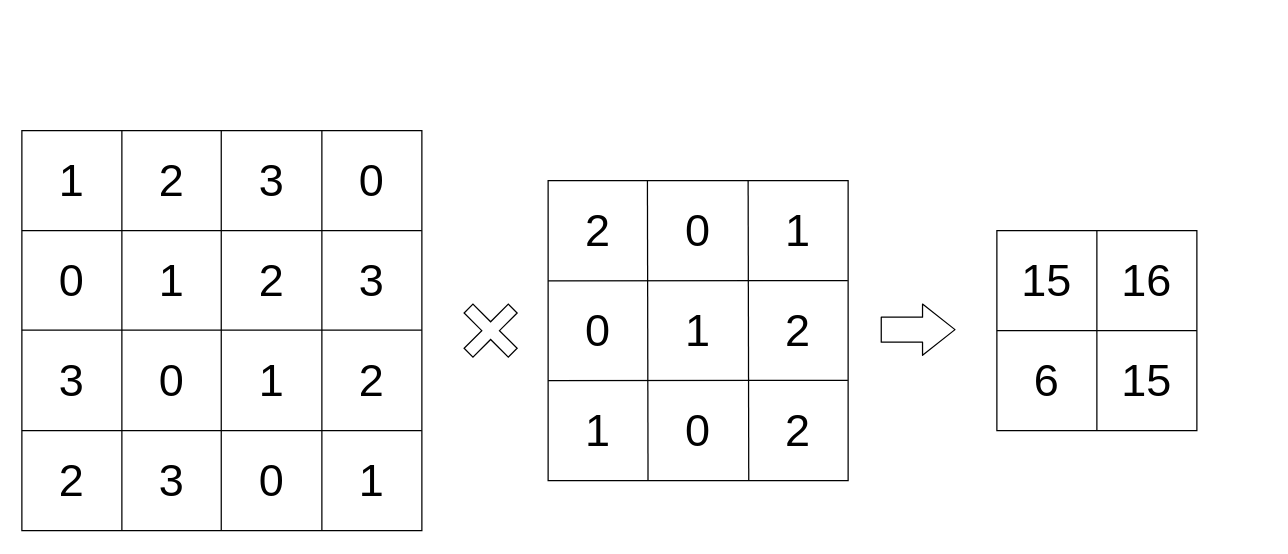
Before: images/drawio/conv2d.drawio in bonu-kun/master_thesis, a draw.io diagram. Source tidied: cells renumbered, new cells numbered last; positions are measured from the earlier drawing's top-left corner, leaving out a move shared by most shapes. Both pictures are drawn from the tidied source at 125%, with x=0, y=0 at pixel (21, 130).
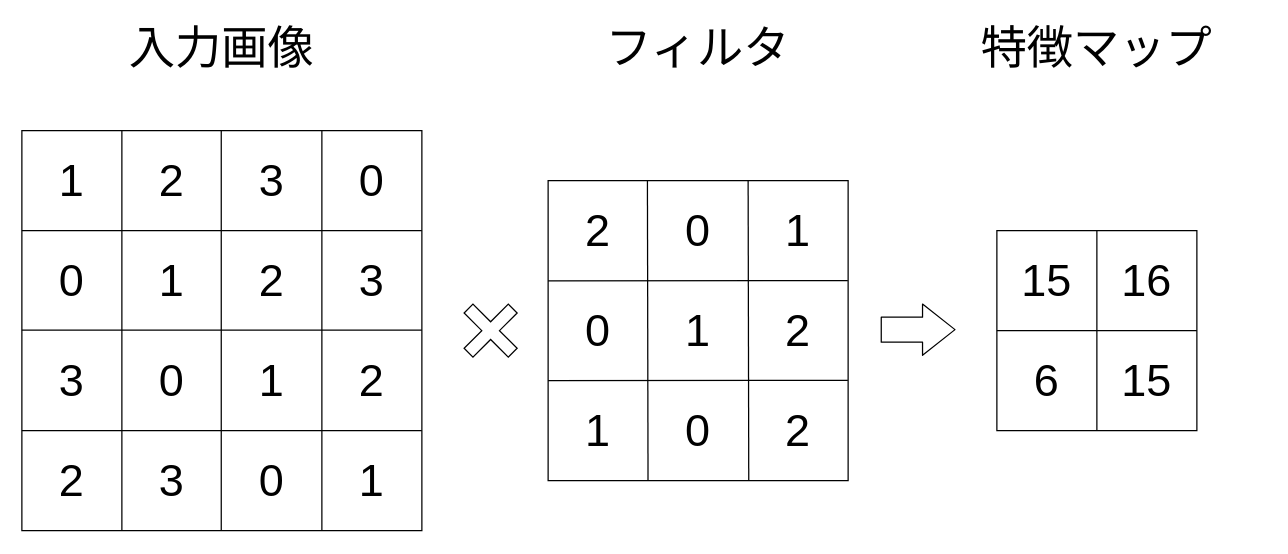
The same page after the edit.

Change to the diagram source:
```diff
@@
+    <mxCell id="51" value="&lt;font style=&quot;font-size: 37px&quot;&gt;入力画像&lt;/font&gt;" style="text;html=1;strokeColor=none;fillColor=none;align=center;verticalAlign=middle;whiteSpace=wrap;rounded=0;" parent="1" vertex="1">
+      <mxGeometry x="25" y="-80" width="270" height="30" as="geometry" />
+    </mxCell>
+    <mxCell id="52" value="&lt;font style=&quot;font-size: 37px&quot;&gt;フィルタ&lt;/font&gt;" style="text;html=1;strokeColor=none;fillColor=none;align=center;verticalAlign=middle;whiteSpace=wrap;rounded=0;" parent="1" vertex="1">
+      <mxGeometry x="406" y="-80" width="270" height="30" as="geometry" />
+    </mxCell>
+    <mxCell id="53" value="&lt;font style=&quot;font-size: 37px&quot;&gt;特徴マップ&lt;/font&gt;" style="text;html=1;strokeColor=none;fillColor=none;align=center;verticalAlign=middle;whiteSpace=wrap;rounded=0;" parent="1" vertex="1">
+      <mxGeometry x="725" y="-80" width="270" height="30" as="geometry" />
+    </mxCell>
```
